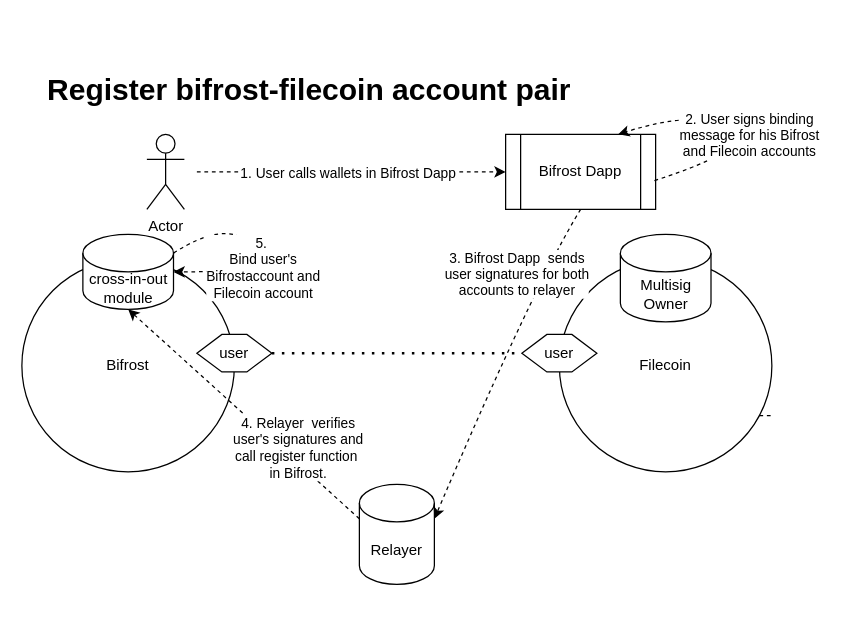
This is vfil-register-account-pair-multisig.drawio from herryho/flowchars, a draw.io file, before an edit. Source tidied: cells renumbered, new cells numbered last; positions are measured from the earlier drawing's top-left corner, leaving out a move shared by most shapes. Both pictures are drawn from the tidied source at 125%, with x=0, y=0 at pixel (21, 71).
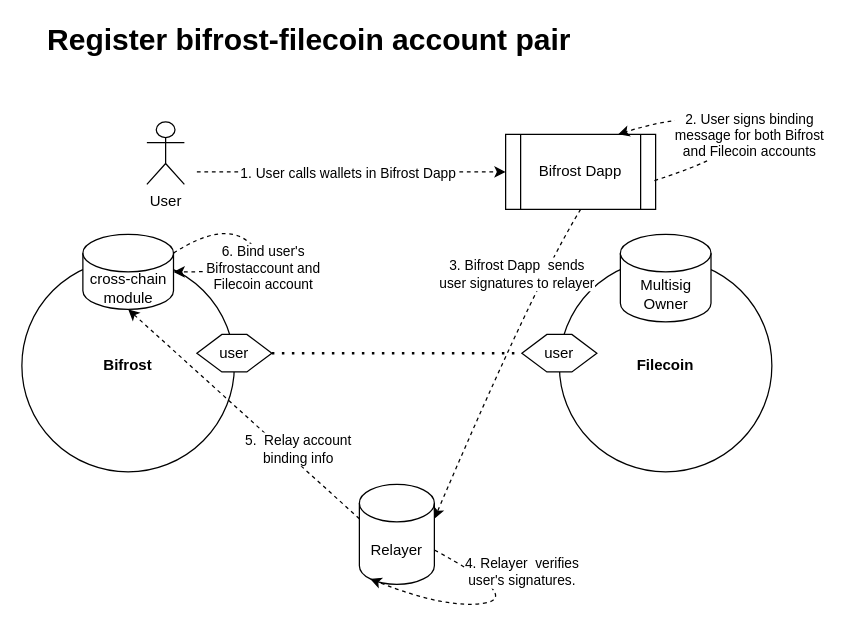
The same diagram, later.

The change refers to these unchanged cells:
```xml
<mxCell id="10" value="Relayer" style="shape=cylinder3;whiteSpace=wrap;html=1;boundedLbl=1;backgroundOutline=1;size=15;" parent="1" vertex="1">
  <mxGeometry x="270" y="330" width="60" height="80" as="geometry" />
</mxCell>
<mxCell id="12" style="endArrow=classic;html=1;rounded=0;dashed=1;exitX=0;exitY=0;exitDx=0;exitDy=27.5;exitPerimeter=0;entryX=0.5;entryY=1;entryDx=0;entryDy=0;entryPerimeter=0;" parent="1" edge="1" source="10" target="8">
  <mxGeometry relative="1" as="geometry" />
</mxCell>
<mxCell id="19" style="curved=1;endArrow=classic;html=1;rounded=0;exitX=0.992;exitY=0.617;exitDx=0;exitDy=0;exitPerimeter=0;entryX=0.75;entryY=0;entryDx=0;entryDy=0;dashed=1;" parent="1" edge="1" source="15" target="15">
  <mxGeometry relative="1" as="geometry">
    <Array as="points">
      <mxPoint x="590" y="60" />
      <mxPoint x="540" y="30" />
    </Array>
  </mxGeometry>
</mxCell>
<mxCell id="21" style="curved=1;endArrow=classic;html=1;rounded=0;dashed=1;exitX=0.5;exitY=1;exitDx=0;exitDy=0;entryX=1;entryY=0;entryDx=0;entryDy=27.5;entryPerimeter=0;" parent="1" edge="1" source="15" target="10">
  <mxGeometry relative="1" as="geometry">
    <Array as="points">
      <mxPoint x="410" y="170" />
    </Array>
  </mxGeometry>
</mxCell>
```

What changed in the source:
```diff
@@
-    <mxCell id="2" value="Bifrost" style="ellipse;whiteSpace=wrap;html=1;" parent="1" vertex="1">
+    <mxCell id="2" value="&lt;b&gt;Bifrost&lt;/b&gt;" style="ellipse;whiteSpace=wrap;html=1;" parent="1" vertex="1">
       <mxGeometry y="150" width="170" height="170" as="geometry" />
     </mxCell>
-    <mxCell id="3" value="Filecoin" style="ellipse;whiteSpace=wrap;html=1;" parent="1" vertex="1">
+    <mxCell id="3" value="&lt;b&gt;Filecoin&lt;/b&gt;" style="ellipse;whiteSpace=wrap;html=1;" parent="1" vertex="1">
       <mxGeometry x="430" y="150" width="170" height="170" as="geometry" />
     </mxCell>
@@
-    <mxCell id="8" value="cross-in-out module" style="shape=cylinder3;whiteSpace=wrap;html=1;boundedLbl=1;backgroundOutline=1;size=15;" parent="1" vertex="1">
+    <mxCell id="8" value="cross-chain module" style="shape=cylinder3;whiteSpace=wrap;html=1;boundedLbl=1;backgroundOutline=1;size=15;" parent="1" vertex="1">
       <mxGeometry x="48.8" y="130" width="72.5" height="60" as="geometry" />
     </mxCell>
-    <mxCell id="9" value="5.&amp;nbsp;&lt;br&gt;Bind user's &lt;br&gt;Bifrostaccount and &lt;br&gt;Filecoin account" style="curved=1;endArrow=classic;html=1;rounded=0;exitX=1;exitY=0;exitDx=0;exitDy=15;exitPerimeter=0;entryX=1;entryY=0.5;entryDx=0;entryDy=0;dashed=1;entryPerimeter=0;" parent="1" edge="1" source="8" target="8">
+    <mxCell id="9" value="6.&amp;nbsp;Bind user's &lt;br&gt;Bifrostaccount and &lt;br&gt;Filecoin account" style="curved=1;endArrow=classic;html=1;rounded=0;exitX=1;exitY=0;exitDx=0;exitDy=15;exitPerimeter=0;entryX=1;entryY=0.5;entryDx=0;entryDy=0;dashed=1;entryPerimeter=0;" parent="1" edge="1" source="8" target="8">
       <mxGeometry x="0.08" y="-10" relative="1" as="geometry">
         <Array as="points">
           <mxPoint x="160" y="120" />
           <mxPoint x="200" y="150" />
           <mxPoint x="170" y="160" />
         </Array>
       </mxGeometry>
     </mxCell>
@@
-    <mxCell id="11" style="endArrow=none;dashed=1;html=1;rounded=0;exitX=1;exitY=0.5;exitDx=0;exitDy=0;" parent="1" edge="1">
-      <mxGeometry relative="1" as="geometry">
-        <mxPoint x="590" y="275" as="sourcePoint" />
-        <mxPoint x="600" y="275" as="targetPoint" />
-      </mxGeometry>
-    </mxCell>
@@
-    <mxCell id="13" value="4. Relayer&amp;nbsp; verifies&lt;br style=&quot;border-color: var(--border-color);&quot;&gt;user's signatures and&lt;br&gt;call register function&amp;nbsp;&lt;br&gt;in Bifrost." style="edgeLabel;html=1;align=center;verticalAlign=middle;" parent="12" vertex="1">
-      <mxGeometry x="-0.11" y="2" relative="1" as="geometry">
-        <mxPoint x="34" y="16" as="offset" />
-      </mxGeometry>
-    </mxCell>
+    <mxCell id="23" value="5.&amp;nbsp; Relay account&lt;br&gt;binding info" style="edgeLabel;html=1;align=center;verticalAlign=middle;" parent="12" vertex="1">
+      <mxGeometry x="-0.1" y="1" relative="1" as="geometry">
+        <mxPoint x="34" y="18" as="offset" />
+      </mxGeometry>
+    </mxCell>
     <mxCell id="14" value="Register bifrost-filecoin account pair" style="text;html=1;strokeColor=none;fillColor=none;align=center;verticalAlign=middle;whiteSpace=wrap;rounded=0;fontStyle=1;fontSize=24;" parent="1" vertex="1">
-      <mxGeometry width="460" height="30" as="geometry" />
+      <mxGeometry y="-40" width="460" height="30" as="geometry" />
     </mxCell>
@@
-    <mxCell id="16" value="Actor" style="shape=umlActor;verticalLabelPosition=bottom;verticalAlign=top;html=1;" parent="1" vertex="1">
-      <mxGeometry x="100" y="50" width="30" height="60" as="geometry" />
+    <mxCell id="16" value="User" style="shape=umlActor;verticalLabelPosition=bottom;verticalAlign=top;html=1;" parent="1" vertex="1">
+      <mxGeometry x="100" y="40" width="30" height="50" as="geometry" />
     </mxCell>
@@
-    <mxCell id="20" value="2. User signs binding&lt;br&gt;message for his Bifrost&lt;br&gt;and Filecoin accounts" style="edgeLabel;html=1;align=center;verticalAlign=middle;" parent="19" vertex="1">
+    <mxCell id="20" value="2. User signs binding&lt;br&gt;message for both Bifrost&lt;br&gt;and Filecoin accounts" style="edgeLabel;html=1;align=center;verticalAlign=middle;" parent="19" vertex="1">
       <mxGeometry x="0.14" y="3" relative="1" as="geometry">
         <mxPoint x="21" y="5" as="offset" />
       </mxGeometry>
     </mxCell>
@@
-    <mxCell id="22" value="3. Bifrost Dapp&amp;nbsp; sends&lt;br&gt;user signatures for both &lt;br&gt;accounts to relayer" style="edgeLabel;html=1;align=center;verticalAlign=middle;" parent="21" vertex="1">
+    <mxCell id="22" value="3. Bifrost Dapp&amp;nbsp; sends&lt;br&gt;user signatures&amp;nbsp;to relayer" style="edgeLabel;html=1;align=center;verticalAlign=middle;" parent="21" vertex="1">
       <mxGeometry y="-9" relative="1" as="geometry">
         <mxPoint x="20" y="-66" as="offset" />
       </mxGeometry>
     </mxCell>
+    <mxCell id="24" style="curved=1;endArrow=classic;html=1;rounded=0;exitX=1;exitY=0;exitDx=0;exitDy=52.5;exitPerimeter=0;entryX=0.145;entryY=1;entryDx=0;entryDy=-4.35;entryPerimeter=0;dashed=1;" parent="1" edge="1" source="10" target="10">
+      <mxGeometry relative="1" as="geometry">
+        <Array as="points">
+          <mxPoint x="400" y="420" />
+          <mxPoint x="340" y="430" />
+        </Array>
+      </mxGeometry>
+    </mxCell>
+    <mxCell id="25" value="4. Relayer&amp;nbsp; verifies&lt;br style=&quot;border-color: var(--border-color);&quot;&gt;user's signatures." style="edgeLabel;html=1;align=center;verticalAlign=middle;" parent="24" vertex="1">
+      <mxGeometry x="-0.62" y="-2" relative="1" as="geometry">
+        <mxPoint x="36" y="-3" as="offset" />
+      </mxGeometry>
+    </mxCell>
```
